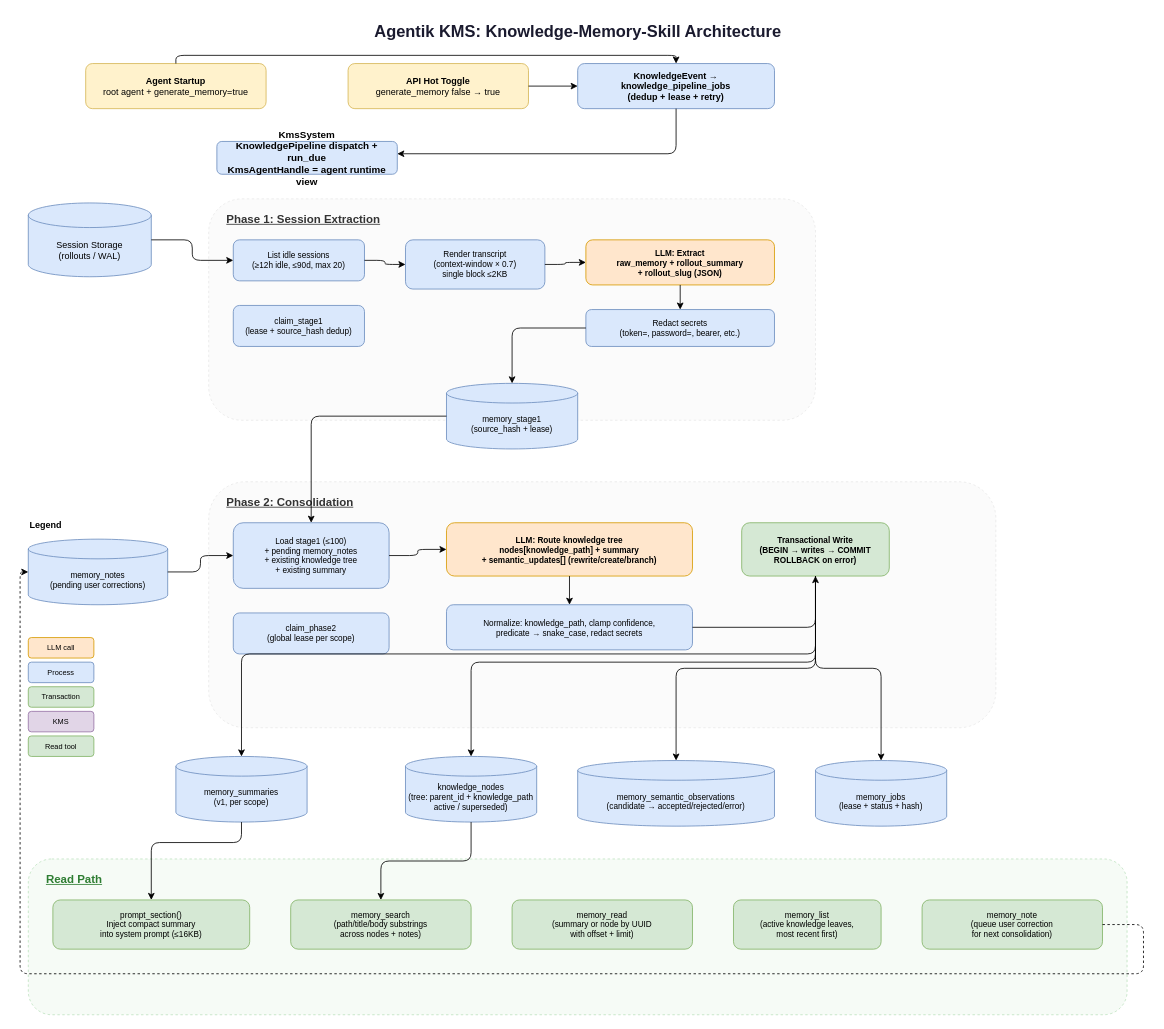
This is crates/agentik-kms/architecture.drawio from auto-nomics/autonomics, a draw.io file, before an edit. Source tidied: cells renumbered, new cells numbered last; positions are measured from the earlier drawing's top-left corner, leaving out a move shared by most shapes. Both pictures are drawn from the tidied source at 82%, with x=0, y=0 at pixel (20, 14).
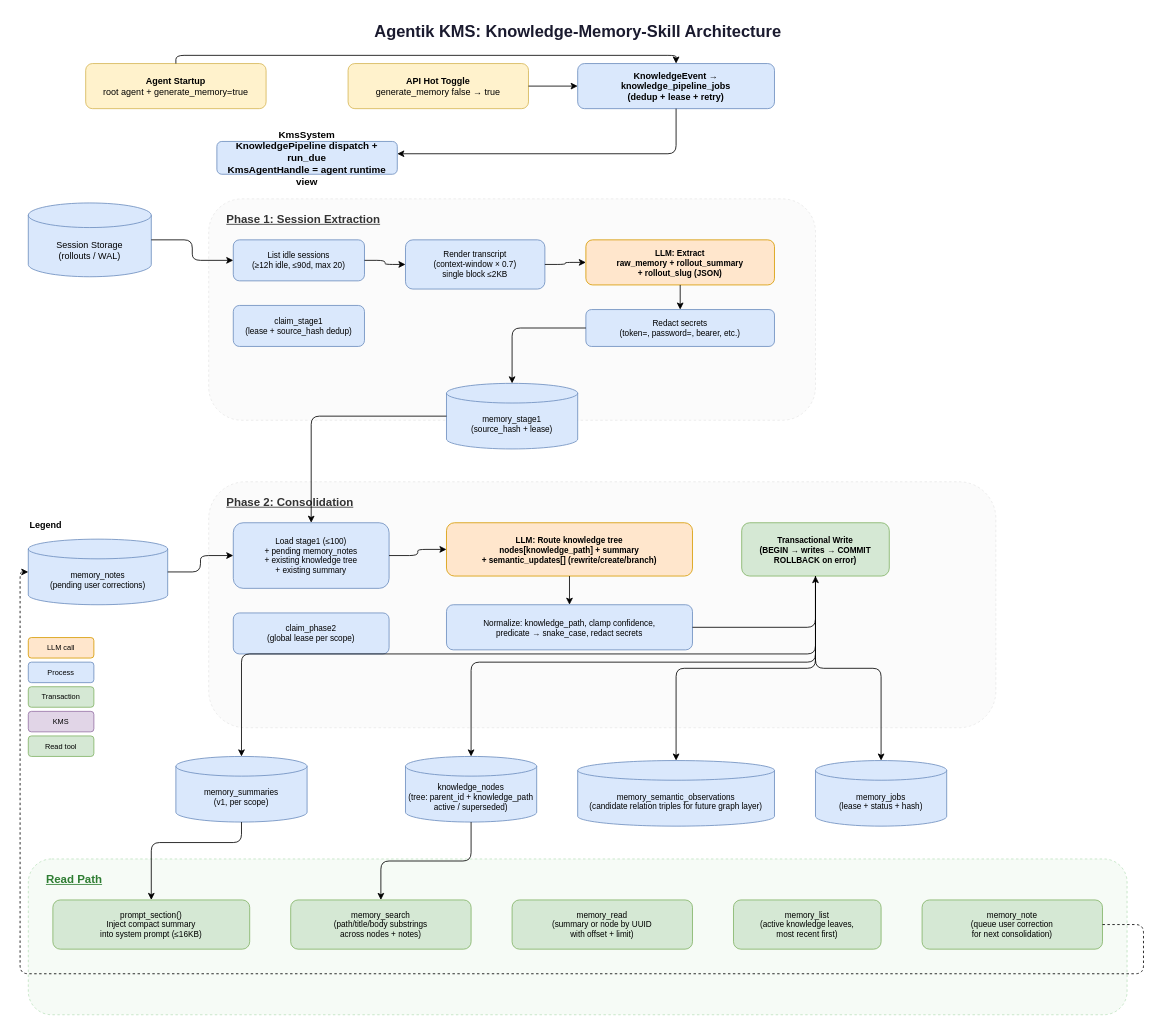
After the change.

Diff of the diagram source:
```diff
@@
-    <mxCell id="39" value="memory_semantic_observations&#10;(candidate → accepted/rejected/error)" style="shape=cylinder3;whiteSpace=wrap;html=1;boundedLbl=1;backgroundOutline=1;size=12;fillColor=#dae8fc;strokeColor=#6c8ebf;fontSize=10;" parent="1" vertex="1">
+    <mxCell id="39" value="memory_semantic_observations&#10;(candidate relation triples for future graph layer)" style="shape=cylinder3;whiteSpace=wrap;html=1;boundedLbl=1;backgroundOutline=1;size=12;fillColor=#dae8fc;strokeColor=#6c8ebf;fontSize=10;" parent="1" vertex="1">
       <mxGeometry x="680" y="910" width="240" height="80" as="geometry" />
     </mxCell>
```
